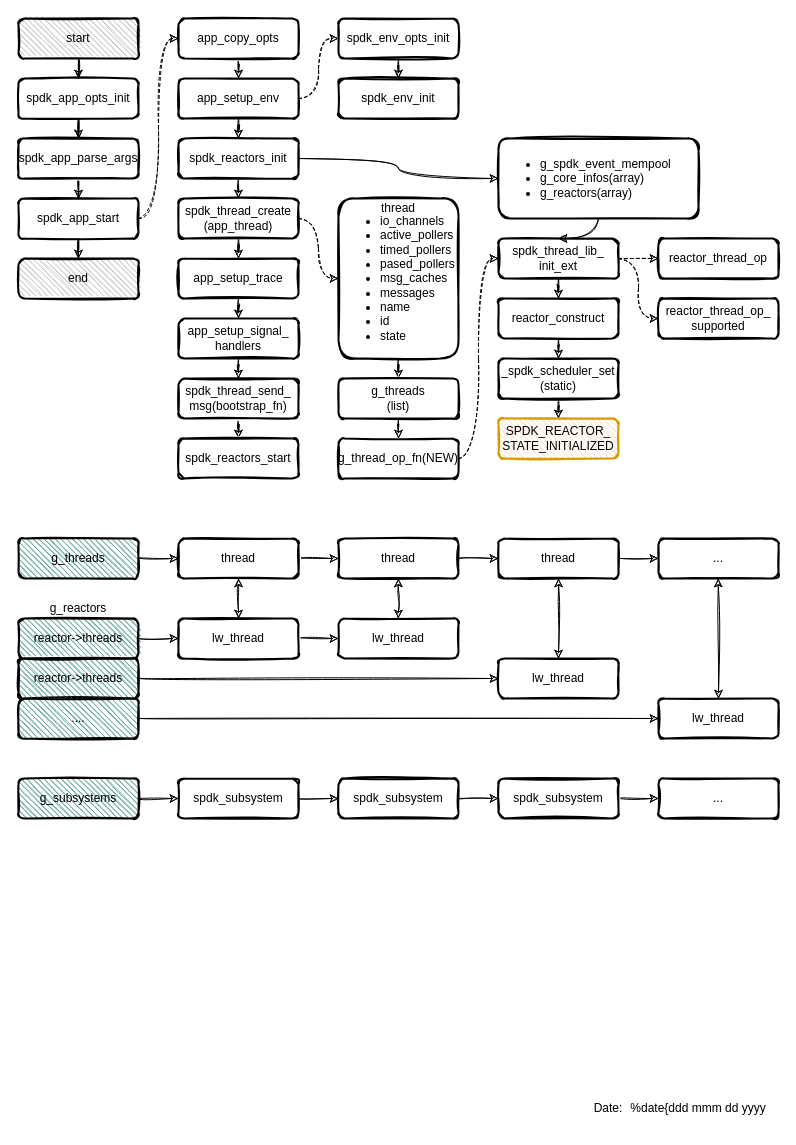
Before: page "spdk_app" (2 of 6) of spdk/spdk.drawio in EarthWind/deeparch, a draw.io diagram. Source tidied: cells renumbered, new cells numbered last; positions are measured from the earlier drawing's top-left corner, leaving out a move shared by most shapes. Both pictures are drawn from the tidied source at 100%, with x=0, y=0 at pixel (18, 18).
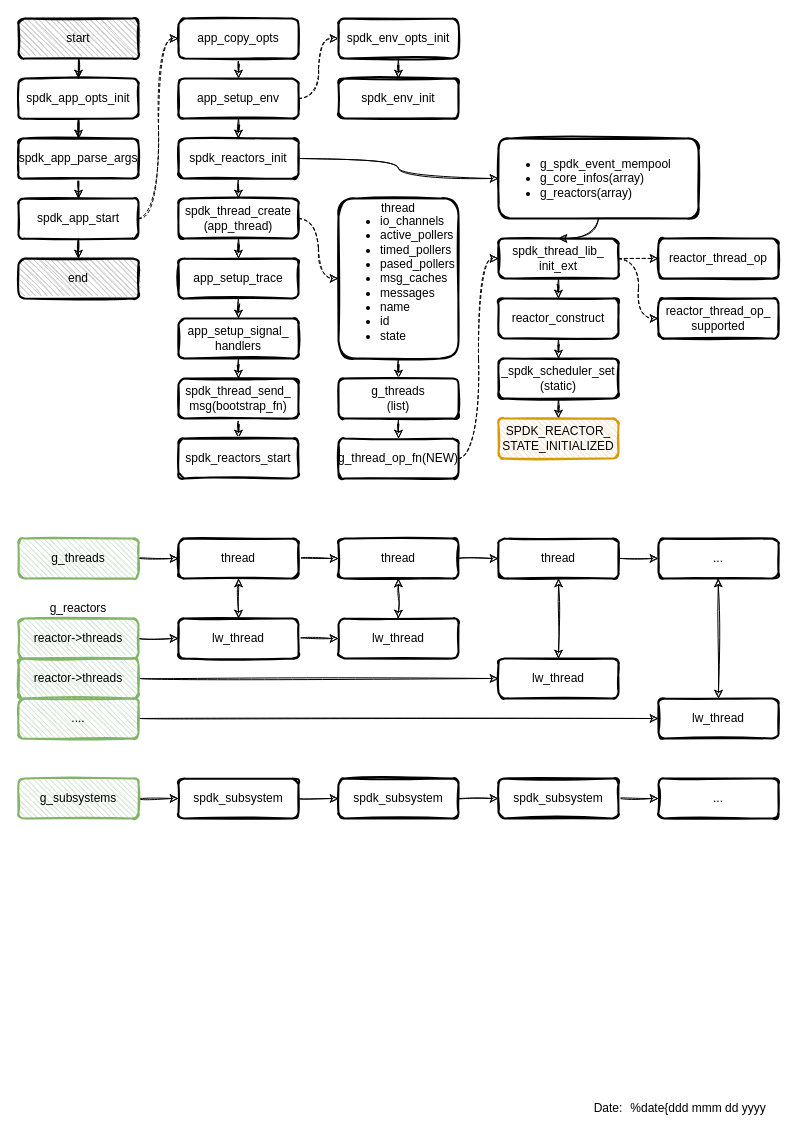
The same page after the edit.

Diff of the diagram source:
```diff
@@
-    <mxCell id="57" value="g_threads" style="rounded=1;whiteSpace=wrap;html=1;strokeWidth=2;fillWeight=1;hachureGap=4;hachureAngle=45;sketch=1;fillColor=#67AB9F;" parent="1" vertex="1">
+    <mxCell id="57" value="g_threads" style="rounded=1;whiteSpace=wrap;html=1;strokeWidth=2;fillWeight=1;hachureGap=4;hachureAngle=45;sketch=1;fillColor=#d5e8d4;strokeColor=#82b366;" parent="1" vertex="1">
       <mxGeometry y="520" width="120" height="40" as="geometry" />
     </mxCell>
@@
-    <mxCell id="67" value="reactor-&amp;gt;threads" style="rounded=1;whiteSpace=wrap;html=1;strokeWidth=2;fillWeight=1;hachureGap=4;hachureAngle=45;sketch=1;fillColor=#67AB9F;" parent="1" vertex="1">
+    <mxCell id="67" value="reactor-&amp;gt;threads" style="rounded=1;whiteSpace=wrap;html=1;strokeWidth=2;fillWeight=1;hachureGap=4;hachureAngle=45;sketch=1;fillColor=#d5e8d4;strokeColor=#82b366;" parent="1" vertex="1">
       <mxGeometry y="600" width="120" height="40" as="geometry" />
     </mxCell>
@@
-    <mxCell id="70" value="reactor-&amp;gt;threads" style="rounded=1;whiteSpace=wrap;html=1;strokeWidth=2;fillWeight=1;hachureGap=4;hachureAngle=45;sketch=1;fillColor=#67AB9F;" parent="1" vertex="1">
+    <mxCell id="70" value="reactor-&amp;gt;threads" style="rounded=1;whiteSpace=wrap;html=1;strokeWidth=2;fillWeight=1;hachureGap=4;hachureAngle=45;sketch=1;fillColor=#d5e8d4;strokeColor=#82b366;" parent="1" vertex="1">
       <mxGeometry y="640" width="120" height="40" as="geometry" />
     </mxCell>
@@
-    <mxCell id="72" value="...." style="rounded=1;whiteSpace=wrap;html=1;strokeWidth=2;fillWeight=1;hachureGap=4;hachureAngle=45;sketch=1;fillColor=#67AB9F;" parent="1" vertex="1">
+    <mxCell id="72" value="...." style="rounded=1;whiteSpace=wrap;html=1;strokeWidth=2;fillWeight=1;hachureGap=4;hachureAngle=45;sketch=1;fillColor=#d5e8d4;strokeColor=#82b366;" parent="1" vertex="1">
       <mxGeometry y="680" width="120" height="40" as="geometry" />
     </mxCell>
@@
-    <mxCell id="83" value="g_subsystems" style="rounded=1;whiteSpace=wrap;html=1;strokeWidth=2;fillWeight=1;hachureGap=4;hachureAngle=45;sketch=1;fillColor=#67AB9F;" parent="1" vertex="1">
+    <mxCell id="83" value="g_subsystems" style="rounded=1;whiteSpace=wrap;html=1;strokeWidth=2;fillWeight=1;hachureGap=4;hachureAngle=45;sketch=1;fillColor=#d5e8d4;strokeColor=#82b366;" parent="1" vertex="1">
       <mxGeometry y="760" width="120" height="40" as="geometry" />
     </mxCell>
```
